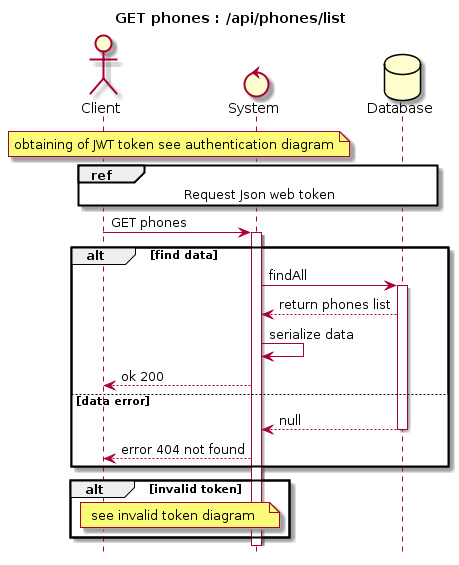
Above: docs/Uml/Diagram_sequences/Diagram_sequence_GET_phones.png in siggwer/Bilemo (PlantUML), before the change.
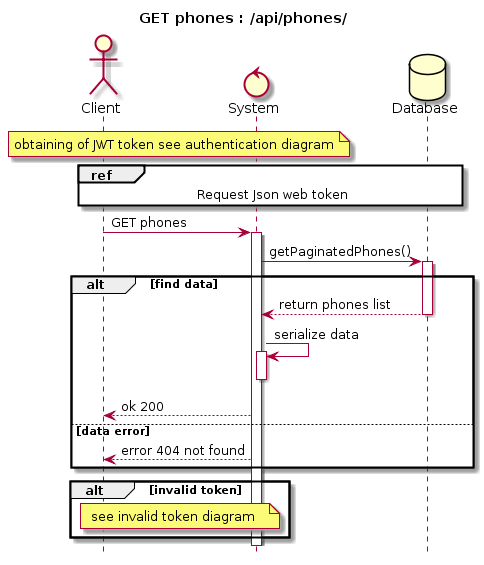
Above is the later version.

The edit, as a diff of the source:
```diff
@@ -1,6 +1,6 @@
 @startuml
 hide footbox
-title GET phones : /api/phones/list
+title GET phones : /api/phones/
 Actor Client
 Control System
 Database Database
@@ -16,16 +16,18 @@
 
 Client -> System : GET phones
 activate System
+System -> Database: getPaginatedPhones()
+activate Database
+alt find data
 
-alt find data
-System -> Database: findAll
-activate Database
 Database --> System : return phones list
+deactivate Database
 System -> System: serialize data
+activate System
+deactivate System
 System --> Client: ok 200
     else data error
-    Database --> System : null
-    deactivate Database
+
     System --> Client : error 404 not found
 end
 alt invalid token
```
